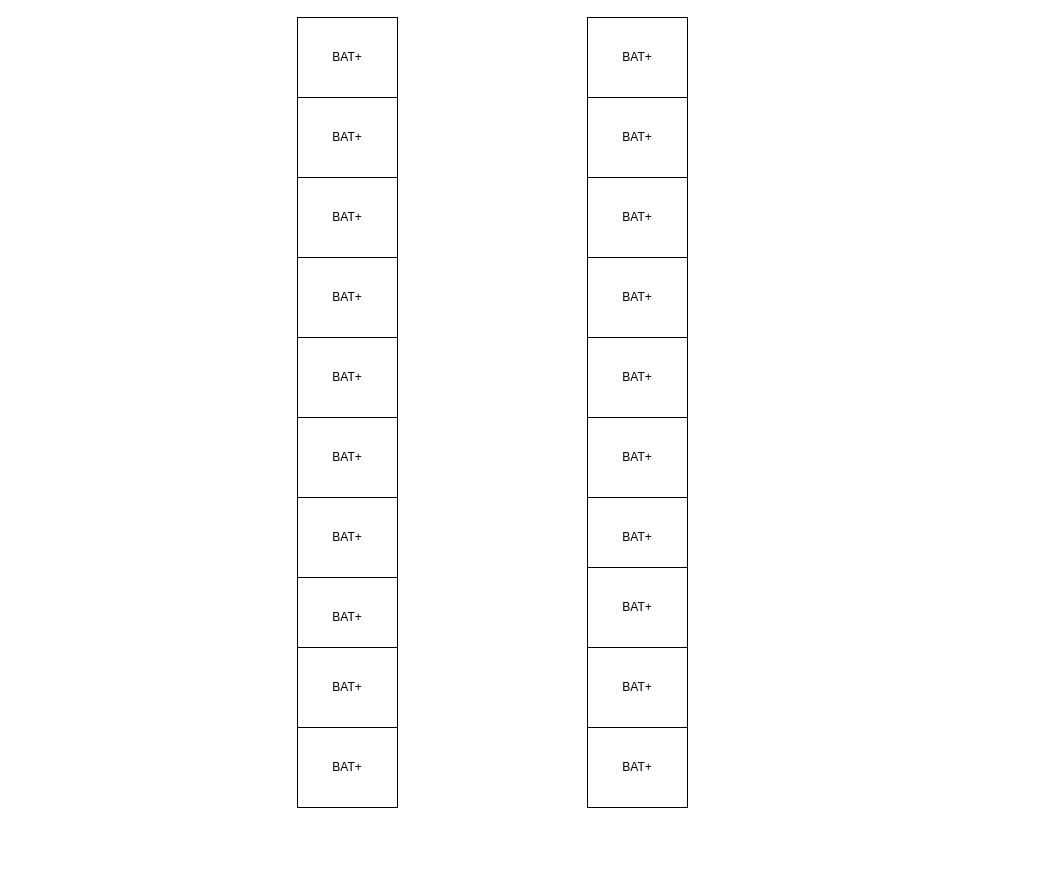
This is page "Z" (1 of 3) of Untitled Diagram.drawio from Arissa97/home, a draw.io file, before an edit. Source tidied: cells renumbered, new cells numbered last; positions are measured from the earlier drawing's top-left corner, leaving out a move shared by most shapes. Both pictures are drawn from the tidied source at 100%, with x=0, y=0 at pixel (297, 17).
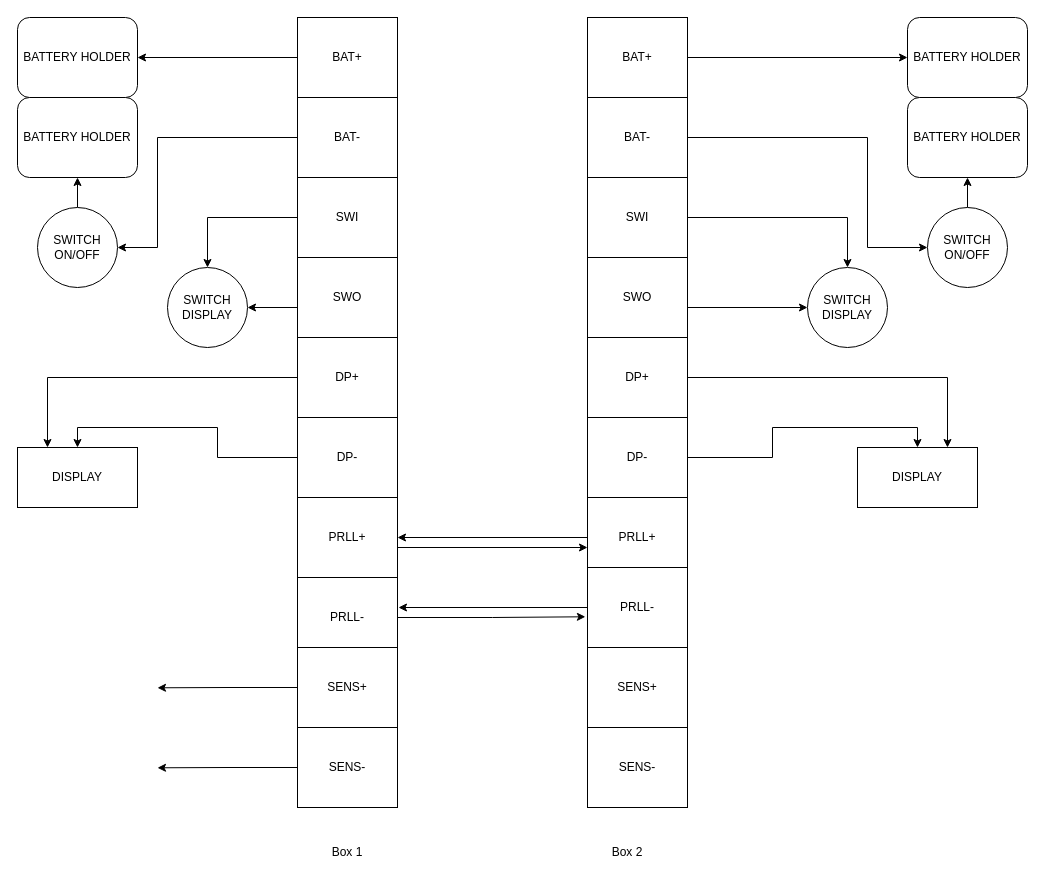
The same diagram, later.

Unchanged cells that the change refers to:
```xml
<mxCell id="2" value="BAT+" style="rounded=0;whiteSpace=wrap;html=1;" parent="1" vertex="1">
  <mxGeometry width="100" height="80" as="geometry" />
</mxCell>
<mxCell id="5" value="BAT+" style="rounded=0;whiteSpace=wrap;html=1;" parent="1" vertex="1">
  <mxGeometry x="290" width="100" height="80" as="geometry" />
</mxCell>
```

What changed in the source:
```diff
@@
+    <mxCell id="22" style="edgeStyle=orthogonalEdgeStyle;rounded=0;jettySize=auto;html=1;exitX=0;exitY=0.5;exitDx=0;exitDy=0;entryX=1;entryY=0.5;entryDx=0;entryDy=0;" parent="1" edge="1" source="2" target="40">
+      <mxGeometry relative="1" as="geometry" />
+    </mxCell>
@@
+    <mxCell id="23" style="edgeStyle=orthogonalEdgeStyle;rounded=0;jettySize=auto;html=1;exitX=0;exitY=0.5;exitDx=0;exitDy=0;entryX=1;entryY=0.5;entryDx=0;entryDy=0;" parent="1" edge="1" source="3" target="49">
+      <mxGeometry relative="1" as="geometry">
+        <Array as="points">
+          <mxPoint x="-140" y="120" />
+          <mxPoint x="-140" y="230" />
+        </Array>
+      </mxGeometry>
+    </mxCell>
-    <mxCell id="3" value="BAT+" style="rounded=0;whiteSpace=wrap;html=1;" parent="1" vertex="1">
+    <mxCell id="3" value="BAT-" style="rounded=0;whiteSpace=wrap;html=1;" parent="1" vertex="1">
       <mxGeometry y="80" width="100" height="80" as="geometry" />
     </mxCell>
-    <mxCell id="4" value="BAT+" style="rounded=0;whiteSpace=wrap;html=1;" parent="1" vertex="1">
+    <mxCell id="4" value="SENS-" style="rounded=0;whiteSpace=wrap;html=1;" parent="1" vertex="1">
       <mxGeometry x="290" y="710" width="100" height="80" as="geometry" />
     </mxCell>
+    <mxCell id="24" style="edgeStyle=orthogonalEdgeStyle;rounded=0;jettySize=auto;html=1;exitX=1;exitY=0.5;exitDx=0;exitDy=0;entryX=0;entryY=0.5;entryDx=0;entryDy=0;" parent="1" edge="1" source="5" target="42">
+      <mxGeometry relative="1" as="geometry" />
+    </mxCell>
@@
+    <mxCell id="25" style="edgeStyle=orthogonalEdgeStyle;rounded=0;jettySize=auto;html=1;exitX=0;exitY=0.5;exitDx=0;exitDy=0;entryX=0.5;entryY=0;entryDx=0;entryDy=0;" parent="1" edge="1" source="6" target="50">
+      <mxGeometry relative="1" as="geometry" />
+    </mxCell>
-    <mxCell id="6" value="BAT+" style="rounded=0;whiteSpace=wrap;html=1;" parent="1" vertex="1">
+    <mxCell id="6" value="SWI" style="rounded=0;whiteSpace=wrap;html=1;" parent="1" vertex="1">
       <mxGeometry y="160" width="100" height="80" as="geometry" />
     </mxCell>
+    <mxCell id="26" style="edgeStyle=orthogonalEdgeStyle;rounded=0;jettySize=auto;html=1;exitX=0;exitY=0.5;exitDx=0;exitDy=0;" parent="1" edge="1" source="7" target="50">
+      <mxGeometry relative="1" as="geometry">
+        <Array as="points">
+          <mxPoint y="290" />
+        </Array>
+      </mxGeometry>
+    </mxCell>
-    <mxCell id="7" value="BAT+" style="rounded=0;whiteSpace=wrap;html=1;" parent="1" vertex="1">
+    <mxCell id="7" value="SWO" style="rounded=0;whiteSpace=wrap;html=1;" parent="1" vertex="1">
       <mxGeometry y="240" width="100" height="80" as="geometry" />
     </mxCell>
+    <mxCell id="27" style="edgeStyle=orthogonalEdgeStyle;rounded=0;jettySize=auto;html=1;exitX=1;exitY=0.5;exitDx=0;exitDy=0;entryX=0;entryY=0.5;entryDx=0;entryDy=0;" parent="1" edge="1" source="8" target="45">
+      <mxGeometry relative="1" as="geometry">
+        <Array as="points">
+          <mxPoint x="570" y="120" />
+          <mxPoint x="570" y="230" />
+        </Array>
+      </mxGeometry>
+    </mxCell>
-    <mxCell id="8" value="BAT+" style="rounded=0;whiteSpace=wrap;html=1;" parent="1" vertex="1">
+    <mxCell id="8" value="BAT-" style="rounded=0;whiteSpace=wrap;html=1;" parent="1" vertex="1">
       <mxGeometry x="290" y="80" width="100" height="80" as="geometry" />
     </mxCell>
+    <mxCell id="28" style="edgeStyle=orthogonalEdgeStyle;rounded=0;jettySize=auto;html=1;exitX=1;exitY=0.5;exitDx=0;exitDy=0;" parent="1" edge="1" source="9" target="46">
+      <mxGeometry relative="1" as="geometry" />
+    </mxCell>
-    <mxCell id="9" value="BAT+" style="rounded=0;whiteSpace=wrap;html=1;" parent="1" vertex="1">
+    <mxCell id="9" value="SWI" style="rounded=0;whiteSpace=wrap;html=1;" parent="1" vertex="1">
       <mxGeometry x="290" y="160" width="100" height="80" as="geometry" />
     </mxCell>
+    <mxCell id="29" style="edgeStyle=orthogonalEdgeStyle;rounded=0;jettySize=auto;html=1;exitX=0;exitY=0.5;exitDx=0;exitDy=0;entryX=0.25;entryY=0;entryDx=0;entryDy=0;" parent="1" edge="1" source="10" target="51">
+      <mxGeometry relative="1" as="geometry" />
+    </mxCell>
-    <mxCell id="10" value="BAT+" style="rounded=0;whiteSpace=wrap;html=1;" parent="1" vertex="1">
+    <mxCell id="10" value="DP+" style="rounded=0;whiteSpace=wrap;html=1;" parent="1" vertex="1">
       <mxGeometry y="320" width="100" height="80" as="geometry" />
     </mxCell>
+    <mxCell id="30" style="edgeStyle=orthogonalEdgeStyle;rounded=0;jettySize=auto;html=1;exitX=0;exitY=0.5;exitDx=0;exitDy=0;entryX=0.5;entryY=0;entryDx=0;entryDy=0;" parent="1" edge="1" source="11" target="51">
+      <mxGeometry relative="1" as="geometry" />
+    </mxCell>
-    <mxCell id="11" value="BAT+" style="rounded=0;whiteSpace=wrap;html=1;" parent="1" vertex="1">
+    <mxCell id="11" value="DP-" style="rounded=0;whiteSpace=wrap;html=1;" parent="1" vertex="1">
       <mxGeometry y="400" width="100" height="80" as="geometry" />
     </mxCell>
+    <mxCell id="31" style="edgeStyle=orthogonalEdgeStyle;rounded=0;jettySize=auto;html=1;exitX=1;exitY=0.5;exitDx=0;exitDy=0;entryX=0;entryY=0.5;entryDx=0;entryDy=0;" parent="1" edge="1" source="12" target="46">
+      <mxGeometry relative="1" as="geometry">
+        <Array as="points">
+          <mxPoint x="390" y="290" />
+        </Array>
+      </mxGeometry>
+    </mxCell>
-    <mxCell id="12" value="BAT+" style="rounded=0;whiteSpace=wrap;html=1;" parent="1" vertex="1">
+    <mxCell id="12" value="SWO" style="rounded=0;whiteSpace=wrap;html=1;" parent="1" vertex="1">
       <mxGeometry x="290" y="240" width="100" height="80" as="geometry" />
     </mxCell>
+    <mxCell id="32" style="edgeStyle=orthogonalEdgeStyle;rounded=0;jettySize=auto;html=1;exitX=1;exitY=0.5;exitDx=0;exitDy=0;entryX=0.75;entryY=0;entryDx=0;entryDy=0;" parent="1" edge="1" source="13" target="47">
+      <mxGeometry relative="1" as="geometry" />
+    </mxCell>
-    <mxCell id="13" value="BAT+" style="rounded=0;whiteSpace=wrap;html=1;" parent="1" vertex="1">
+    <mxCell id="13" value="DP+" style="rounded=0;whiteSpace=wrap;html=1;" parent="1" vertex="1">
       <mxGeometry x="290" y="320" width="100" height="80" as="geometry" />
     </mxCell>
+    <mxCell id="33" style="edgeStyle=orthogonalEdgeStyle;rounded=0;jettySize=auto;html=1;exitX=1;exitY=0.5;exitDx=0;exitDy=0;entryX=0.5;entryY=0;entryDx=0;entryDy=0;" parent="1" edge="1" source="14" target="47">
+      <mxGeometry relative="1" as="geometry" />
+    </mxCell>
-    <mxCell id="14" value="BAT+" style="rounded=0;whiteSpace=wrap;html=1;" parent="1" vertex="1">
+    <mxCell id="14" value="DP-" style="rounded=0;whiteSpace=wrap;html=1;" parent="1" vertex="1">
       <mxGeometry x="290" y="400" width="100" height="80" as="geometry" />
     </mxCell>
+    <mxCell id="34" style="edgeStyle=orthogonalEdgeStyle;rounded=0;jettySize=auto;html=1;exitX=0;exitY=0.5;exitDx=0;exitDy=0;entryX=1;entryY=0.5;entryDx=0;entryDy=0;" parent="1" edge="1" source="15" target="18">
+      <mxGeometry relative="1" as="geometry" />
+    </mxCell>
-    <mxCell id="15" value="BAT+" style="rounded=0;whiteSpace=wrap;html=1;" parent="1" vertex="1">
+    <mxCell id="15" value="PRLL+" style="rounded=0;whiteSpace=wrap;html=1;" parent="1" vertex="1">
       <mxGeometry x="290" y="480" width="100" height="80" as="geometry" />
     </mxCell>
+    <mxCell id="35" style="edgeStyle=orthogonalEdgeStyle;rounded=0;jettySize=auto;html=1;exitX=0;exitY=0.5;exitDx=0;exitDy=0;entryX=1.01;entryY=0.375;entryDx=0;entryDy=0;entryPerimeter=0;" parent="1" edge="1" source="16" target="19">
+      <mxGeometry relative="1" as="geometry" />
+    </mxCell>
-    <mxCell id="16" value="BAT+" style="rounded=0;whiteSpace=wrap;html=1;" parent="1" vertex="1">
+    <mxCell id="16" value="PRLL-" style="rounded=0;whiteSpace=wrap;html=1;" parent="1" vertex="1">
       <mxGeometry x="290" y="550" width="100" height="80" as="geometry" />
     </mxCell>
-    <mxCell id="17" value="BAT+" style="rounded=0;whiteSpace=wrap;html=1;" parent="1" vertex="1">
+    <mxCell id="17" value="SENS+" style="rounded=0;whiteSpace=wrap;html=1;" parent="1" vertex="1">
       <mxGeometry x="290" y="630" width="100" height="80" as="geometry" />
     </mxCell>
+    <mxCell id="36" style="edgeStyle=orthogonalEdgeStyle;rounded=0;jettySize=auto;html=1;exitX=1;exitY=0.5;exitDx=0;exitDy=0;" parent="1" edge="1" source="18">
+      <mxGeometry relative="1" as="geometry">
+        <mxPoint x="290" y="530" as="targetPoint" />
+        <Array as="points">
+          <mxPoint x="100" y="530" />
+          <mxPoint x="290" y="530" />
+        </Array>
+      </mxGeometry>
+    </mxCell>
-    <mxCell id="18" value="BAT+" style="rounded=0;whiteSpace=wrap;html=1;" parent="1" vertex="1">
+    <mxCell id="18" value="PRLL+" style="rounded=0;whiteSpace=wrap;html=1;" parent="1" vertex="1">
       <mxGeometry y="480" width="100" height="80" as="geometry" />
     </mxCell>
+    <mxCell id="37" style="edgeStyle=orthogonalEdgeStyle;rounded=0;jettySize=auto;html=1;entryX=-0.021;entryY=0.616;entryDx=0;entryDy=0;entryPerimeter=0;" parent="1" edge="1" source="19" target="16">
+      <mxGeometry relative="1" as="geometry" />
+    </mxCell>
-    <mxCell id="19" value="BAT+" style="rounded=0;whiteSpace=wrap;html=1;" parent="1" vertex="1">
+    <mxCell id="19" value="PRLL-" style="rounded=0;whiteSpace=wrap;html=1;" parent="1" vertex="1">
       <mxGeometry y="560" width="100" height="80" as="geometry" />
     </mxCell>
+    <mxCell id="38" style="edgeStyle=orthogonalEdgeStyle;rounded=0;jettySize=auto;html=1;exitX=0;exitY=0.5;exitDx=0;exitDy=0;" parent="1" edge="1" source="20">
+      <mxGeometry relative="1" as="geometry">
+        <mxPoint x="-140" y="670.3" as="targetPoint" />
+      </mxGeometry>
+    </mxCell>
-    <mxCell id="20" value="BAT+" style="rounded=0;whiteSpace=wrap;html=1;" parent="1" vertex="1">
+    <mxCell id="20" value="SENS+" style="rounded=0;whiteSpace=wrap;html=1;" parent="1" vertex="1">
       <mxGeometry y="630" width="100" height="80" as="geometry" />
     </mxCell>
+    <mxCell id="39" style="edgeStyle=orthogonalEdgeStyle;rounded=0;jettySize=auto;html=1;exitX=0;exitY=0.5;exitDx=0;exitDy=0;" parent="1" edge="1" source="21">
+      <mxGeometry relative="1" as="geometry">
+        <mxPoint x="-140" y="750.3" as="targetPoint" />
+      </mxGeometry>
+    </mxCell>
-    <mxCell id="21" value="BAT+" style="rounded=0;whiteSpace=wrap;html=1;" parent="1" vertex="1">
+    <mxCell id="21" value="SENS-" style="rounded=0;whiteSpace=wrap;html=1;" parent="1" vertex="1">
       <mxGeometry y="710" width="100" height="80" as="geometry" />
     </mxCell>
+    <mxCell id="40" value="BATTERY HOLDER" style="rounded=1;whiteSpace=wrap;html=1;" parent="1" vertex="1">
+      <mxGeometry x="-280" width="120" height="80" as="geometry" />
+    </mxCell>
+    <mxCell id="41" value="BATTERY HOLDER" style="rounded=1;whiteSpace=wrap;html=1;" parent="1" vertex="1">
+      <mxGeometry x="-280" y="80" width="120" height="80" as="geometry" />
+    </mxCell>
+    <mxCell id="42" value="BATTERY HOLDER" style="rounded=1;whiteSpace=wrap;html=1;" parent="1" vertex="1">
+      <mxGeometry x="610" width="120" height="80" as="geometry" />
+    </mxCell>
+    <mxCell id="43" value="BATTERY HOLDER" style="rounded=1;whiteSpace=wrap;html=1;" parent="1" vertex="1">
+      <mxGeometry x="610" y="80" width="120" height="80" as="geometry" />
+    </mxCell>
+    <mxCell id="44" style="edgeStyle=orthogonalEdgeStyle;rounded=0;jettySize=auto;html=1;exitX=0.5;exitY=0;exitDx=0;exitDy=0;entryX=0.5;entryY=1;entryDx=0;entryDy=0;" parent="1" edge="1" source="45" target="43">
+      <mxGeometry relative="1" as="geometry" />
+    </mxCell>
+    <mxCell id="45" value="SWITCH&lt;br&gt;ON/OFF" style="ellipse;whiteSpace=wrap;html=1;" parent="1" vertex="1">
+      <mxGeometry x="630" y="190" width="80" height="80" as="geometry" />
+    </mxCell>
+    <mxCell id="46" value="SWITCH&lt;br&gt;DISPLAY" style="ellipse;whiteSpace=wrap;html=1;" parent="1" vertex="1">
+      <mxGeometry x="510" y="250" width="80" height="80" as="geometry" />
+    </mxCell>
+    <mxCell id="47" value="DISPLAY" style="rounded=0;whiteSpace=wrap;html=1;" parent="1" vertex="1">
+      <mxGeometry x="560" y="430" width="120" height="60" as="geometry" />
+    </mxCell>
+    <mxCell id="48" style="edgeStyle=orthogonalEdgeStyle;rounded=0;jettySize=auto;html=1;exitX=0.5;exitY=0;exitDx=0;exitDy=0;" parent="1" edge="1" source="49" target="41">
+      <mxGeometry relative="1" as="geometry" />
+    </mxCell>
+    <mxCell id="49" value="SWITCH&lt;br&gt;ON/OFF" style="ellipse;whiteSpace=wrap;html=1;" parent="1" vertex="1">
+      <mxGeometry x="-260" y="190" width="80" height="80" as="geometry" />
+    </mxCell>
+    <mxCell id="50" value="SWITCH&lt;br&gt;DISPLAY" style="ellipse;whiteSpace=wrap;html=1;" parent="1" vertex="1">
+      <mxGeometry x="-130" y="250" width="80" height="80" as="geometry" />
+    </mxCell>
+    <mxCell id="51" value="DISPLAY" style="rounded=0;whiteSpace=wrap;html=1;" parent="1" vertex="1">
+      <mxGeometry x="-280" y="430" width="120" height="60" as="geometry" />
+    </mxCell>
+    <mxCell id="52" value="Box 1" style="text;html=1;strokeColor=none;fillColor=none;align=center;verticalAlign=middle;whiteSpace=wrap;rounded=0;" parent="1" vertex="1">
+      <mxGeometry x="20" y="820" width="60" height="30" as="geometry" />
+    </mxCell>
+    <mxCell id="53" value="Box 2" style="text;html=1;strokeColor=none;fillColor=none;align=center;verticalAlign=middle;whiteSpace=wrap;rounded=0;" parent="1" vertex="1">
+      <mxGeometry x="300" y="820" width="60" height="30" as="geometry" />
+    </mxCell>
```
